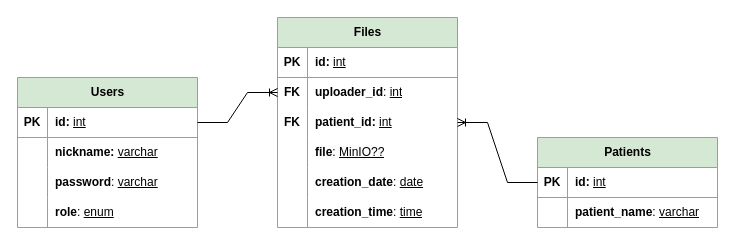
Above: Diagrams/ERDiagram.drawio in citec-spbu/MedicalDataService (draw.io), before the change. Source tidied: cells renumbered, new cells numbered last; positions are measured from the earlier drawing's top-left corner, leaving out a move shared by most shapes. Both pictures are drawn from the tidied source at 100%, with x=0, y=0 at pixel (17, 17).
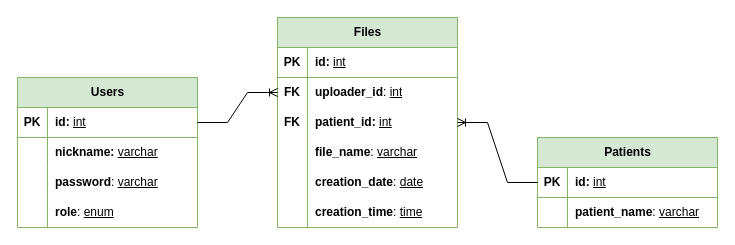
After the change.

Commit message (it also covers changes not shown here):
Sequence diagram added, ER diagram updated

Unchanged cells that the change refers to:
```xml
<mxCell id="25" style="shape=tableRow;horizontal=0;startSize=0;swimlaneHead=0;swimlaneBody=0;fillColor=none;top=0;left=0;right=0;bottom=0;" parent="15" vertex="1">
  <mxGeometry y="120" width="180" height="30" as="geometry" />
</mxCell>
```

Change to the diagram source:
```diff
@@
-    <mxCell id="27" value="&lt;b style=&quot;forced-color-adjust: none; color: rgb(0, 0, 0); font-family: Helvetica; font-size: 12px; font-style: normal; font-variant-ligatures: normal; font-variant-caps: normal; letter-spacing: normal; orphans: 2; text-align: left; text-indent: 0px; text-transform: none; widows: 2; word-spacing: 0px; -webkit-text-stroke-width: 0px; white-space: normal; background-color: rgb(251, 251, 251); text-decoration-thickness: initial; text-decoration-style: initial; text-decoration-color: initial;&quot;&gt;file&lt;/b&gt;&lt;span style=&quot;color: rgb(0, 0, 0); font-family: Helvetica; font-size: 12px; font-style: normal; font-variant-ligatures: normal; font-variant-caps: normal; font-weight: 400; letter-spacing: normal; orphans: 2; text-align: left; text-indent: 0px; text-transform: none; widows: 2; word-spacing: 0px; -webkit-text-stroke-width: 0px; white-space: normal; background-color: rgb(251, 251, 251); text-decoration-thickness: initial; text-decoration-style: initial; text-decoration-color: initial; display: inline !important; float: none;&quot;&gt;:&lt;span&gt;&amp;nbsp;&lt;/span&gt;&lt;/span&gt;&lt;u style=&quot;forced-color-adjust: none; color: rgb(0, 0, 0); font-family: Helvetica; font-size: 12px; font-style: normal; font-variant-ligatures: normal; font-variant-caps: normal; font-weight: 400; letter-spacing: normal; orphans: 2; text-align: left; text-indent: 0px; text-transform: none; widows: 2; word-spacing: 0px; -webkit-text-stroke-width: 0px; white-space: normal; background-color: rgb(251, 251, 251);&quot;&gt;MinIO??&lt;/u&gt;" style="shape=partialRectangle;fillColor=none;top=0;left=0;bottom=0;right=0;align=left;spacingLeft=6;overflow=hidden;whiteSpace=wrap;html=1;" parent="25" vertex="1">
+    <mxCell id="27" value="&lt;b style=&quot;forced-color-adjust: none; color: rgb(0, 0, 0); font-family: Helvetica; font-size: 12px; font-style: normal; font-variant-ligatures: normal; font-variant-caps: normal; letter-spacing: normal; orphans: 2; text-align: left; text-indent: 0px; text-transform: none; widows: 2; word-spacing: 0px; -webkit-text-stroke-width: 0px; white-space: normal; background-color: rgb(251, 251, 251); text-decoration-thickness: initial; text-decoration-style: initial; text-decoration-color: initial;&quot;&gt;file_name&lt;/b&gt;&lt;span style=&quot;color: rgb(0, 0, 0); font-family: Helvetica; font-size: 12px; font-style: normal; font-variant-ligatures: normal; font-variant-caps: normal; font-weight: 400; letter-spacing: normal; orphans: 2; text-align: left; text-indent: 0px; text-transform: none; widows: 2; word-spacing: 0px; -webkit-text-stroke-width: 0px; white-space: normal; background-color: rgb(251, 251, 251); text-decoration-thickness: initial; text-decoration-style: initial; text-decoration-color: initial; display: inline !important; float: none;&quot;&gt;:&amp;nbsp;&lt;u&gt;varchar&lt;/u&gt;&lt;/span&gt;" style="shape=partialRectangle;fillColor=none;top=0;left=0;bottom=0;right=0;align=left;spacingLeft=6;overflow=hidden;whiteSpace=wrap;html=1;" parent="25" vertex="1">
       <mxGeometry x="30" width="150" height="30" as="geometry" />
     </mxCell>
```
